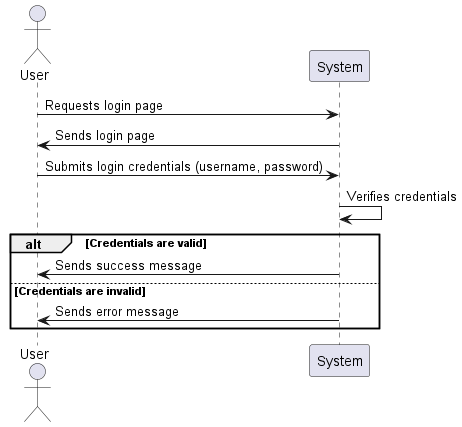
Above: out/sequence/signup/signup.png in TabotCharlesBessong/XML (PlantUML), before the change. Source of this version:
```plantuml
@startuml signup
actor User
participant System

User -> System: Requests login page
System -> User: Sends login page
User -> System: Submits login credentials (username, password)
System -> System: Verifies credentials

alt Credentials are valid
    System -> User: Sends success message
else Credentials are invalid
    System -> User: Sends error message
end

@enduml
```
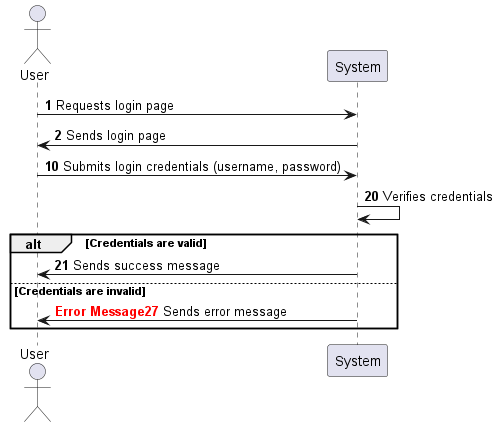
After the change.

The edit, as a diff of the source:
```diff
@@ -2,14 +2,18 @@
 actor User
 participant System
 
+autonumber
 User -> System: Requests login page
 System -> User: Sends login page
+autonumber 10
 User -> System: Submits login credentials (username, password)
+autonumber 20
 System -> System: Verifies credentials
 
 alt Credentials are valid
     System -> User: Sends success message
 else Credentials are invalid
+autonumber 27 "<font color=red><b>Error Message"
     System -> User: Sends error message
 end
 
```
